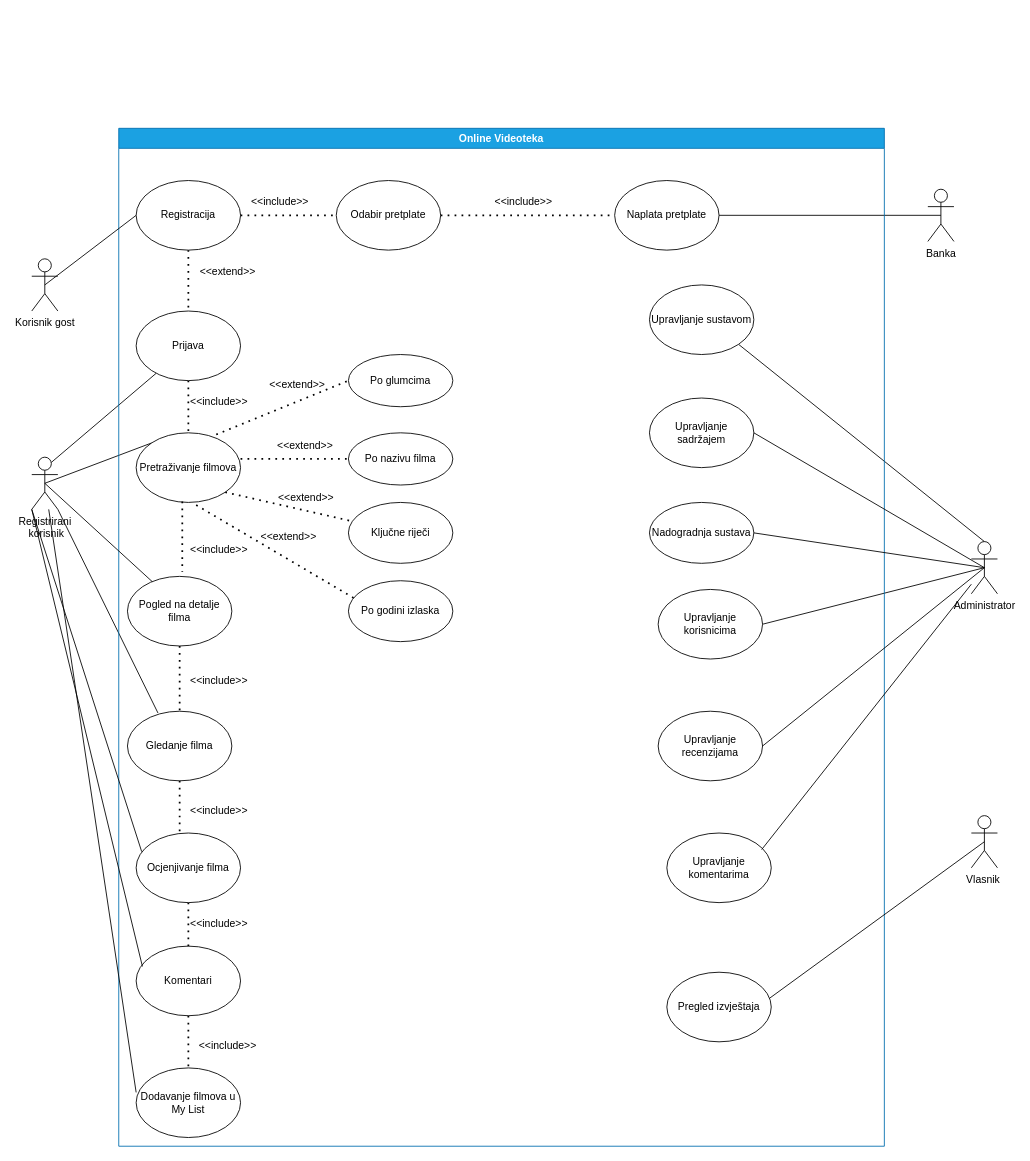
Above: Dijagrami/Use-Case dijagram.drawio in hrvojesesar/PIS-Projekt (draw.io), before the change. Source tidied: cells renumbered, new cells numbered last; positions are measured from the earlier drawing's top-left corner, leaving out a move shared by most shapes. Both pictures are drawn from the tidied source at 87%, with x=0, y=0 at pixel (31, 128).
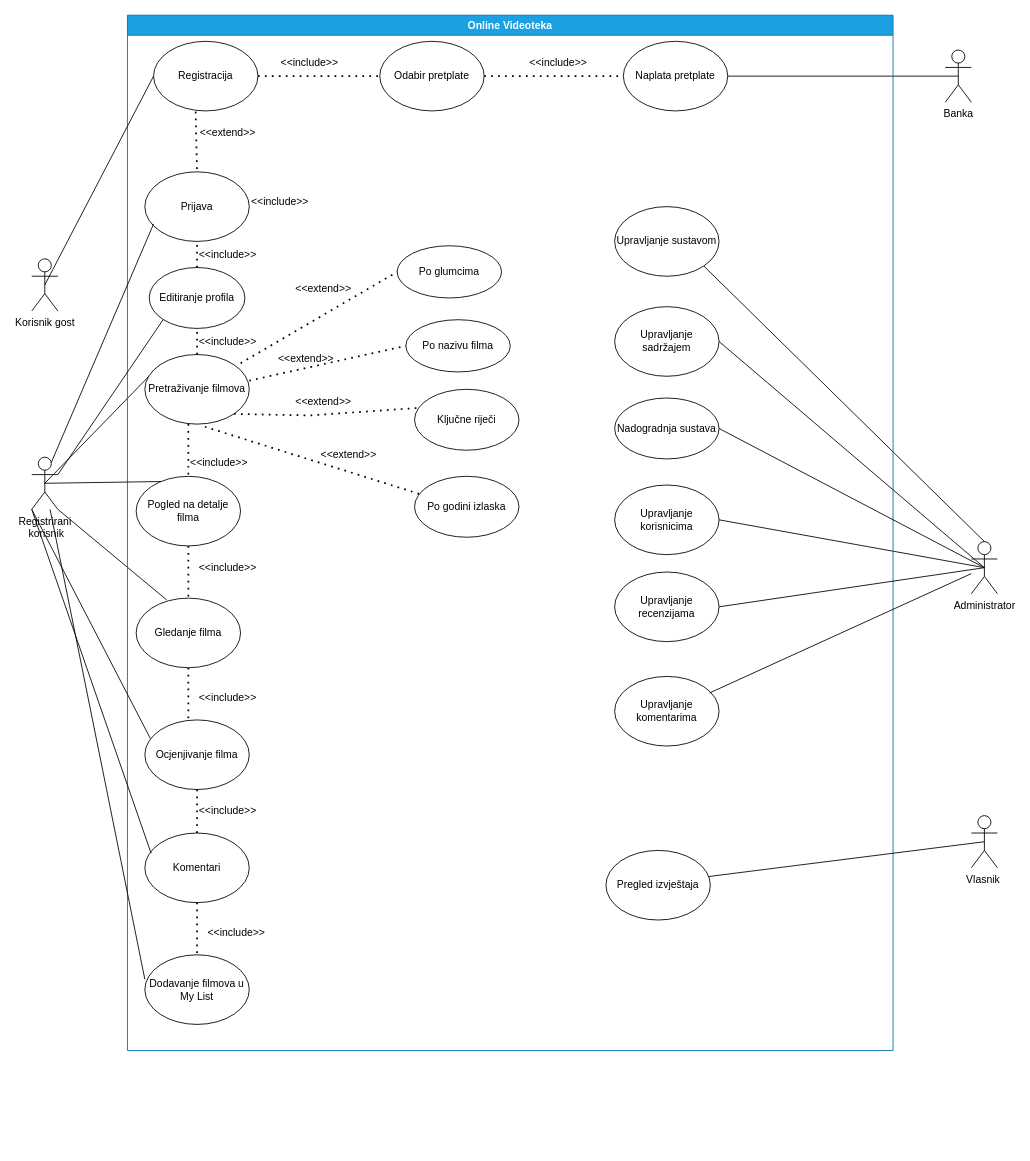
The same page after the edit.

Unchanged cells that the change refers to:
```xml
<mxCell id="2" value="Registrirani&lt;br&gt;&amp;nbsp;korisnik" style="shape=umlActor;verticalLabelPosition=bottom;verticalAlign=top;html=1;outlineConnect=0;" parent="1" vertex="1">
  <mxGeometry y="378" width="30" height="60" as="geometry" />
</mxCell>
```

The edit, as a diff of the source:
```diff
@@
-    <mxCell id="3" value="Registracija" style="ellipse;whiteSpace=wrap;html=1;" parent="1" vertex="1">
-      <mxGeometry x="120" y="60" width="120" height="80" as="geometry" />
-    </mxCell>
-    <mxCell id="4" style="endArrow=none;html=1;rounded=0;exitX=0.75;exitY=0.1;exitDx=0;exitDy=0;exitPerimeter=0;" parent="1" edge="1" source="2" target="33">
-      <mxGeometry relative="1" as="geometry" />
-    </mxCell>
-    <mxCell id="5" style="endArrow=none;dashed=1;html=1;dashPattern=1 3;strokeWidth=2;rounded=0;exitX=1;exitY=0.5;exitDx=0;exitDy=0;" parent="1" edge="1" source="3">
-      <mxGeometry relative="1" as="geometry">
-        <mxPoint x="350" y="100" as="targetPoint" />
-      </mxGeometry>
-    </mxCell>
@@
-    <mxCell id="7" value="Odabir pretplate" style="ellipse;whiteSpace=wrap;html=1;" parent="1" vertex="1">
-      <mxGeometry x="350" y="60" width="120" height="80" as="geometry" />
-    </mxCell>
-    <mxCell id="8" value="Pretraživanje filmova" style="ellipse;whiteSpace=wrap;html=1;" parent="1" vertex="1">
-      <mxGeometry x="120" y="350" width="120" height="80" as="geometry" />
-    </mxCell>
@@
-    <mxCell id="10" style="endArrow=none;dashed=1;html=1;dashPattern=1 3;strokeWidth=2;rounded=0;exitX=0.767;exitY=0.025;exitDx=0;exitDy=0;exitPerimeter=0;entryX=0;entryY=0.5;entryDx=0;entryDy=0;" parent="1" edge="1" source="8" target="42">
-      <mxGeometry relative="1" as="geometry" />
-    </mxCell>
-    <mxCell id="11" value="Po nazivu filma" style="ellipse;whiteSpace=wrap;html=1;" parent="1" vertex="1">
-      <mxGeometry x="364" y="350" width="120" height="60" as="geometry" />
-    </mxCell>
-    <mxCell id="12" style="endArrow=none;dashed=1;html=1;dashPattern=1 3;strokeWidth=2;rounded=0;exitX=1;exitY=0.375;exitDx=0;exitDy=0;exitPerimeter=0;entryX=0;entryY=0.5;entryDx=0;entryDy=0;" parent="1" edge="1" source="8" target="11">
-      <mxGeometry relative="1" as="geometry" />
-    </mxCell>
-    <mxCell id="13" style="endArrow=none;dashed=1;html=1;dashPattern=1 3;strokeWidth=2;rounded=0;exitX=0.575;exitY=1.038;exitDx=0;exitDy=0;exitPerimeter=0;entryX=0.067;entryY=0.3;entryDx=0;entryDy=0;entryPerimeter=0;" parent="1" edge="1" source="8" target="41">
-      <mxGeometry relative="1" as="geometry" />
-    </mxCell>
-    <mxCell id="14" value="&amp;lt;&amp;lt;extend&amp;gt;&amp;gt;" style="text;html=1;align=center;verticalAlign=middle;strokeColor=none;fillColor=none;" parent="1" vertex="1">
-      <mxGeometry x="269" y="350" width="90" height="30" as="geometry" />
-    </mxCell>
@@
-    <mxCell id="16" style="endArrow=none;dashed=1;html=1;dashPattern=1 3;strokeWidth=2;rounded=0;exitX=1;exitY=0.5;exitDx=0;exitDy=0;" parent="1" edge="1" source="7">
-      <mxGeometry relative="1" as="geometry">
-        <mxPoint x="670" y="100" as="targetPoint" />
-      </mxGeometry>
-    </mxCell>
-    <mxCell id="17" value="&amp;lt;&amp;lt;include&amp;gt;&amp;gt;" style="text;html=1;align=center;verticalAlign=middle;strokeColor=none;fillColor=none;" parent="1" vertex="1">
-      <mxGeometry x="520" y="70" width="90" height="30" as="geometry" />
-    </mxCell>
-    <mxCell id="18" value="Naplata pretplate" style="ellipse;whiteSpace=wrap;html=1;" parent="1" vertex="1">
-      <mxGeometry x="670" y="60" width="120" height="80" as="geometry" />
-    </mxCell>
@@
     <mxCell id="20" value="Banka" style="shape=umlActor;verticalLabelPosition=bottom;verticalAlign=top;html=1;outlineConnect=0;" parent="1" vertex="1">
-      <mxGeometry x="1030" y="70" width="30" height="60" as="geometry" />
+      <mxGeometry x="1050" y="-90" width="30" height="60" as="geometry" />
     </mxCell>
@@
     <mxCell id="24" value="Online Videoteka" style="swimlane;whiteSpace=wrap;html=1;strokeColor=#006EAF;fillColor=#1ba1e2;fontColor=#ffffff;" parent="1" vertex="1">
-      <mxGeometry x="100" width="880" height="1170" as="geometry" />
+      <mxGeometry x="110" y="-130" width="880" height="1190" as="geometry" />
     </mxCell>
     <mxCell id="25" value="Nadogradnja sustava" style="ellipse;whiteSpace=wrap;html=1;" parent="24" vertex="1">
-      <mxGeometry x="610" y="430" width="120" height="70" as="geometry" />
+      <mxGeometry x="560" y="440" width="120" height="70" as="geometry" />
     </mxCell>
     <mxCell id="26" value="Upravljanje korisnicima" style="ellipse;whiteSpace=wrap;html=1;" parent="24" vertex="1">
-      <mxGeometry x="620" y="530" width="120" height="80" as="geometry" />
+      <mxGeometry x="560" y="540" width="120" height="80" as="geometry" />
     </mxCell>
     <mxCell id="27" value="Upravljanje recenzijama" style="ellipse;whiteSpace=wrap;html=1;" parent="24" vertex="1">
-      <mxGeometry x="620" y="670" width="120" height="80" as="geometry" />
+      <mxGeometry x="560" y="640" width="120" height="80" as="geometry" />
     </mxCell>
     <mxCell id="28" value="Upravljanje sadržajem" style="ellipse;whiteSpace=wrap;html=1;" parent="24" vertex="1">
-      <mxGeometry x="610" y="310" width="120" height="80" as="geometry" />
+      <mxGeometry x="560" y="335" width="120" height="80" as="geometry" />
     </mxCell>
     <mxCell id="29" value="Upravljanje sustavom" style="ellipse;whiteSpace=wrap;html=1;" parent="24" vertex="1">
-      <mxGeometry x="610" y="180" width="120" height="80" as="geometry" />
+      <mxGeometry x="560" y="220" width="120" height="80" as="geometry" />
     </mxCell>
     <mxCell id="30" value="Upravljanje komentarima" style="ellipse;whiteSpace=wrap;html=1;" parent="24" vertex="1">
-      <mxGeometry x="630" y="810" width="120" height="80" as="geometry" />
+      <mxGeometry x="560" y="760" width="120" height="80" as="geometry" />
     </mxCell>
     <mxCell id="31" value="Pregled izvještaja" style="ellipse;whiteSpace=wrap;html=1;" parent="24" vertex="1">
-      <mxGeometry x="630" y="970" width="120" height="80" as="geometry" />
+      <mxGeometry x="550" y="960" width="120" height="80" as="geometry" />
     </mxCell>
     <mxCell id="32" value="&amp;lt;&amp;lt;extend&amp;gt;&amp;gt;" style="text;html=1;align=center;verticalAlign=middle;strokeColor=none;fillColor=none;" parent="24" vertex="1">
-      <mxGeometry x="80" y="150" width="90" height="30" as="geometry" />
+      <mxGeometry x="70" y="120" width="90" height="30" as="geometry" />
     </mxCell>
     <mxCell id="33" value="Prijava" style="ellipse;whiteSpace=wrap;html=1;" parent="24" vertex="1">
-      <mxGeometry x="20" y="210" width="120" height="80" as="geometry" />
+      <mxGeometry x="20" y="180" width="120" height="80" as="geometry" />
     </mxCell>
     <mxCell id="34" value="&amp;lt;&amp;lt;extend&amp;gt;&amp;gt;" style="text;html=1;align=center;verticalAlign=middle;strokeColor=none;fillColor=none;" parent="24" vertex="1">
-      <mxGeometry x="160" y="280" width="90" height="30" as="geometry" />
+      <mxGeometry x="180" y="300" width="90" height="30" as="geometry" />
     </mxCell>
     <mxCell id="35" value="&amp;lt;&amp;lt;include&amp;gt;&amp;gt;" style="text;html=1;align=center;verticalAlign=middle;strokeColor=none;fillColor=none;" parent="24" vertex="1">
-      <mxGeometry x="70" y="300" width="90" height="30" as="geometry" />
+      <mxGeometry x="70" y="260" width="90" height="30" as="geometry" />
     </mxCell>
     <mxCell id="36" value="&amp;lt;&amp;lt;include&amp;gt;&amp;gt;" style="text;html=1;align=center;verticalAlign=middle;strokeColor=none;fillColor=none;" parent="24" vertex="1">
-      <mxGeometry x="70" y="470" width="90" height="30" as="geometry" />
+      <mxGeometry x="60" y="500" width="90" height="30" as="geometry" />
     </mxCell>
@@
     <mxCell id="41" value="Po godini izlaska" style="ellipse;whiteSpace=wrap;html=1;" parent="24" vertex="1">
-      <mxGeometry x="264" y="520" width="120" height="70" as="geometry" />
+      <mxGeometry x="330" y="530" width="120" height="70" as="geometry" />
     </mxCell>
     <mxCell id="42" value="Po glumcima" style="ellipse;whiteSpace=wrap;html=1;" parent="24" vertex="1">
-      <mxGeometry x="264" y="260" width="120" height="60" as="geometry" />
+      <mxGeometry x="310" y="265" width="120" height="60" as="geometry" />
     </mxCell>
@@
     <mxCell id="48" value="&amp;lt;&amp;lt;extend&amp;gt;&amp;gt;" style="text;html=1;align=center;verticalAlign=middle;strokeColor=none;fillColor=none;" parent="24" vertex="1">
-      <mxGeometry x="150" y="455" width="90" height="30" as="geometry" />
+      <mxGeometry x="209" y="490" width="90" height="30" as="geometry" />
     </mxCell>
@@
     <mxCell id="50" value="Pogled na detalje filma" style="ellipse;whiteSpace=wrap;html=1;" parent="24" vertex="1">
-      <mxGeometry x="10" y="515" width="120" height="80" as="geometry" />
+      <mxGeometry x="10" y="530" width="120" height="80" as="geometry" />
     </mxCell>
@@
     <mxCell id="53" value="Ključne riječi" style="ellipse;whiteSpace=wrap;html=1;" parent="24" vertex="1">
-      <mxGeometry x="264" y="430" width="120" height="70" as="geometry" />
+      <mxGeometry x="330" y="430" width="120" height="70" as="geometry" />
     </mxCell>
     <mxCell id="54" value="&amp;lt;&amp;lt;extend&amp;gt;&amp;gt;" style="text;html=1;align=center;verticalAlign=middle;strokeColor=none;fillColor=none;" parent="24" vertex="1">
-      <mxGeometry x="170" y="410" width="90" height="30" as="geometry" />
+      <mxGeometry x="160" y="380" width="90" height="30" as="geometry" />
     </mxCell>
+    <mxCell id="3" value="Registracija" style="ellipse;whiteSpace=wrap;html=1;" parent="24" vertex="1">
+      <mxGeometry x="30" y="30" width="120" height="80" as="geometry" />
+    </mxCell>
+    <mxCell id="63" style="endArrow=none;dashed=1;html=1;dashPattern=1 3;strokeWidth=2;rounded=0;exitX=0.403;exitY=1.01;exitDx=0;exitDy=0;entryX=0.5;entryY=0;entryDx=0;entryDy=0;exitPerimeter=0;" parent="24" edge="1" source="3" target="33">
+      <mxGeometry relative="1" as="geometry" />
+    </mxCell>
+    <mxCell id="11" value="Po nazivu filma" style="ellipse;whiteSpace=wrap;html=1;" parent="24" vertex="1">
+      <mxGeometry x="320" y="350" width="120" height="60" as="geometry" />
+    </mxCell>
+    <mxCell id="14" value="&amp;lt;&amp;lt;extend&amp;gt;&amp;gt;" style="text;html=1;align=center;verticalAlign=middle;strokeColor=none;fillColor=none;" parent="24" vertex="1">
+      <mxGeometry x="180" y="430" width="90" height="30" as="geometry" />
+    </mxCell>
+    <mxCell id="8" value="Pretraživanje filmova" style="ellipse;whiteSpace=wrap;html=1;" parent="24" vertex="1">
+      <mxGeometry x="20" y="390" width="120" height="80" as="geometry" />
+    </mxCell>
+    <mxCell id="10" style="endArrow=none;dashed=1;html=1;dashPattern=1 3;strokeWidth=2;rounded=0;exitX=0.917;exitY=0.125;exitDx=0;exitDy=0;exitPerimeter=0;entryX=0;entryY=0.5;entryDx=0;entryDy=0;" parent="24" edge="1" source="8" target="42">
+      <mxGeometry relative="1" as="geometry" />
+    </mxCell>
+    <mxCell id="12" style="endArrow=none;dashed=1;html=1;dashPattern=1 3;strokeWidth=2;rounded=0;exitX=1;exitY=0.375;exitDx=0;exitDy=0;exitPerimeter=0;entryX=0;entryY=0.5;entryDx=0;entryDy=0;" parent="24" edge="1" source="8" target="11">
+      <mxGeometry relative="1" as="geometry" />
+    </mxCell>
+    <mxCell id="13" style="endArrow=none;dashed=1;html=1;dashPattern=1 3;strokeWidth=2;rounded=0;exitX=0.575;exitY=1.038;exitDx=0;exitDy=0;exitPerimeter=0;entryX=0.067;entryY=0.3;entryDx=0;entryDy=0;entryPerimeter=0;" parent="24" edge="1" source="8" target="41">
+      <mxGeometry relative="1" as="geometry" />
+    </mxCell>
+    <mxCell id="66" style="endArrow=none;dashed=1;html=1;dashPattern=1 3;strokeWidth=2;rounded=0;exitX=1;exitY=1;exitDx=0;exitDy=0;entryX=0.027;entryY=0.306;entryDx=0;entryDy=0;entryPerimeter=0;" parent="24" edge="1" source="8" target="53">
+      <mxGeometry relative="1" as="geometry">
+        <Array as="points">
+          <mxPoint x="210" y="460" />
+        </Array>
+      </mxGeometry>
+    </mxCell>
+    <mxCell id="71" value="Editiranje profila" style="ellipse;whiteSpace=wrap;html=1;" parent="24" vertex="1">
+      <mxGeometry x="25" y="290" width="110" height="70" as="geometry" />
+    </mxCell>
+    <mxCell id="4" style="endArrow=none;html=1;rounded=0;exitX=0.75;exitY=0.1;exitDx=0;exitDy=0;exitPerimeter=0;" parent="24" edge="1" source="2">
+      <mxGeometry relative="1" as="geometry">
+        <mxPoint x="30" y="240" as="targetPoint" />
+      </mxGeometry>
+    </mxCell>
+    <mxCell id="72" style="endArrow=none;dashed=1;html=1;dashPattern=1 3;strokeWidth=2;rounded=0;entryX=0.5;entryY=1;entryDx=0;entryDy=0;exitX=0.5;exitY=0;exitDx=0;exitDy=0;" parent="24" edge="1" source="71" target="33">
+      <mxGeometry relative="1" as="geometry" />
+    </mxCell>
+    <mxCell id="73" style="endArrow=none;dashed=1;html=1;dashPattern=1 3;strokeWidth=2;rounded=0;entryX=0.5;entryY=1;entryDx=0;entryDy=0;exitX=0.5;exitY=0;exitDx=0;exitDy=0;" parent="24" edge="1" source="8" target="71">
+      <mxGeometry relative="1" as="geometry" />
+    </mxCell>
+    <mxCell id="74" value="&amp;lt;&amp;lt;include&amp;gt;&amp;gt;" style="text;html=1;align=center;verticalAlign=middle;strokeColor=none;fillColor=none;" parent="24" vertex="1">
+      <mxGeometry x="70" y="360" width="90" height="30" as="geometry" />
+    </mxCell>
+    <mxCell id="65" style="endArrow=none;dashed=1;html=1;dashPattern=1 3;strokeWidth=2;rounded=0;entryX=0.5;entryY=0;entryDx=0;entryDy=0;" parent="24" edge="1" target="50">
+      <mxGeometry relative="1" as="geometry">
+        <mxPoint x="70" y="470" as="sourcePoint" />
+      </mxGeometry>
+    </mxCell>
+    <mxCell id="7" value="Odabir pretplate" style="ellipse;whiteSpace=wrap;html=1;" parent="24" vertex="1">
+      <mxGeometry x="290" y="30" width="120" height="80" as="geometry" />
+    </mxCell>
+    <mxCell id="5" style="endArrow=none;dashed=1;html=1;dashPattern=1 3;strokeWidth=2;rounded=0;exitX=1;exitY=0.5;exitDx=0;exitDy=0;entryX=0;entryY=0.5;entryDx=0;entryDy=0;" parent="24" edge="1" source="3" target="7">
+      <mxGeometry relative="1" as="geometry" />
+    </mxCell>
+    <mxCell id="18" value="Naplata pretplate" style="ellipse;whiteSpace=wrap;html=1;" parent="24" vertex="1">
+      <mxGeometry x="570" y="30" width="120" height="80" as="geometry" />
+    </mxCell>
+    <mxCell id="16" style="endArrow=none;dashed=1;html=1;dashPattern=1 3;strokeWidth=2;rounded=0;exitX=1;exitY=0.5;exitDx=0;exitDy=0;entryX=0;entryY=0.5;entryDx=0;entryDy=0;" parent="24" edge="1" source="7" target="18">
+      <mxGeometry relative="1" as="geometry" />
+    </mxCell>
+    <mxCell id="17" value="&amp;lt;&amp;lt;include&amp;gt;&amp;gt;" style="text;html=1;align=center;verticalAlign=middle;strokeColor=none;fillColor=none;" parent="24" vertex="1">
+      <mxGeometry x="450" y="40" width="90" height="30" as="geometry" />
+    </mxCell>
+    <mxCell id="75" value="&amp;lt;&amp;lt;include&amp;gt;&amp;gt;" style="text;html=1;align=center;verticalAlign=middle;strokeColor=none;fillColor=none;" parent="24" vertex="1">
+      <mxGeometry x="164" y="40" width="90" height="30" as="geometry" />
+    </mxCell>
@@
-    <mxCell id="63" style="endArrow=none;dashed=1;html=1;dashPattern=1 3;strokeWidth=2;rounded=0;exitX=0.5;exitY=1;exitDx=0;exitDy=0;entryX=0.5;entryY=0;entryDx=0;entryDy=0;" parent="1" edge="1" source="3" target="33">
-      <mxGeometry relative="1" as="geometry" />
-    </mxCell>
-    <mxCell id="64" style="endArrow=none;dashed=1;html=1;dashPattern=1 3;strokeWidth=2;rounded=0;exitX=0.5;exitY=1;exitDx=0;exitDy=0;" parent="1" edge="1" source="33" target="8">
-      <mxGeometry relative="1" as="geometry" />
-    </mxCell>
-    <mxCell id="65" style="endArrow=none;dashed=1;html=1;dashPattern=1 3;strokeWidth=2;rounded=0;exitX=0.442;exitY=0.988;exitDx=0;exitDy=0;exitPerimeter=0;" parent="1" edge="1" source="8">
-      <mxGeometry relative="1" as="geometry">
-        <mxPoint x="173" y="510" as="targetPoint" />
-      </mxGeometry>
-    </mxCell>
-    <mxCell id="66" style="endArrow=none;dashed=1;html=1;dashPattern=1 3;strokeWidth=2;rounded=0;exitX=1;exitY=1;exitDx=0;exitDy=0;entryX=0.027;entryY=0.306;entryDx=0;entryDy=0;entryPerimeter=0;" parent="1" edge="1" source="8" target="53">
-      <mxGeometry relative="1" as="geometry" />
-    </mxCell>
@@
+    <mxCell id="76" style="endArrow=none;html=1;rounded=0;exitX=1;exitY=0.3333333333333333;exitDx=0;exitDy=0;exitPerimeter=0;entryX=0;entryY=1;entryDx=0;entryDy=0;" parent="1" edge="1" source="2" target="71">
+      <mxGeometry relative="1" as="geometry" />
+    </mxCell>
```
